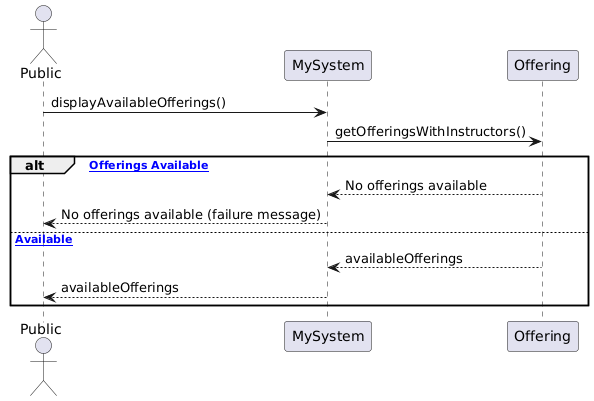
ABALkhabbaz/LessonSchedulingSystem keeps this PlantUML diagram as Diagrams/UML_InteractionDiagrams/PublicViewsOfferingsRefined.png. Above is the earlier version.
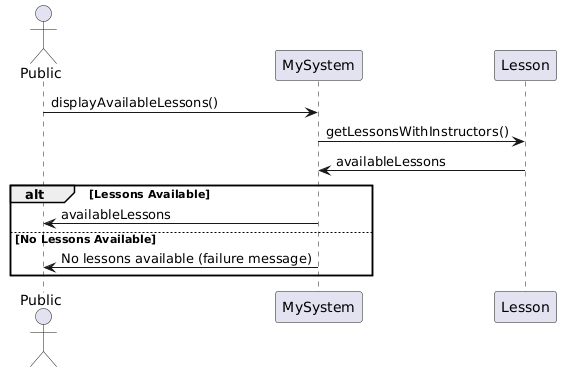
The same file after the commit.

The edit, as a diff of the source:
```diff
@@ -1,15 +1,14 @@
 @startuml
 actor Public
 participant MySystem
-participant Offering
+participant Lesson
 
-Public -> MySystem : displayAvailableOfferings()
-MySystem -> Offering : getOfferingsWithInstructors()
-alt [No Offerings Available]
-    Offering --> MySystem : No offerings available
-    MySystem --> Public : No offerings available (failure message)
-else [Offerings Available]
-    Offering --> MySystem : availableOfferings
-    MySystem --> Public : availableOfferings
+Public -> MySystem: displayAvailableLessons()
+MySystem -> Lesson: getLessonsWithInstructors()
+Lesson -> MySystem: availableLessons
+alt Lessons Available
+    MySystem -> Public: availableLessons
+else No Lessons Available
+    MySystem -> Public: No lessons available (failure message)
 end
 @enduml
```
